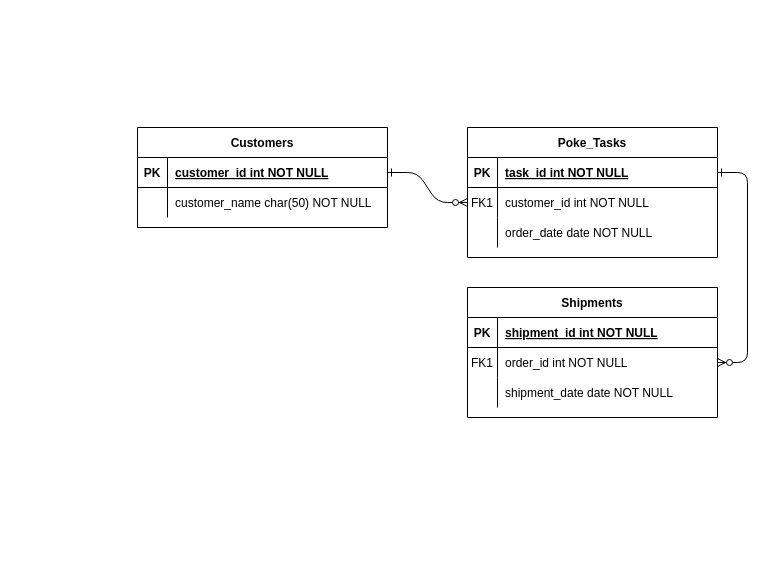
Earlier version of the draw.io diagram Adminstration/PokePlanner.drawio (ChrisQA-GB/To-Do-List-WebApplication). Source tidied: cells renumbered, new cells numbered last; positions are measured from the earlier drawing's top-left corner, leaving out a move shared by most shapes. Both pictures are drawn from the tidied source at 100%, with x=0, y=0 at pixel (137, 127).
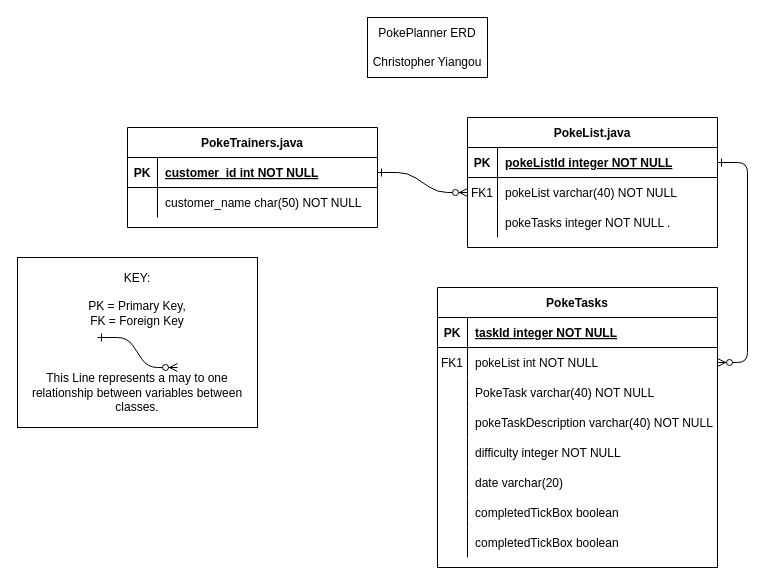
After the change.

Unchanged cells that the change refers to:
```xml
<mxCell id="5" style="shape=partialRectangle;fillColor=none;points=[[0,0.5],[1,0.5]];portConstraint=eastwest;top=0;left=0;right=0;bottom=1;" parent="4" vertex="1">
  <mxGeometry y="30" width="250" height="30" as="geometry" />
</mxCell>
<mxCell id="8" style="shape=partialRectangle;fillColor=none;points=[[0,0.5],[1,0.5]];portConstraint=eastwest;top=0;left=0;right=0;bottom=0;" parent="4" vertex="1">
  <mxGeometry y="60" width="250" height="30" as="geometry" />
</mxCell>
<mxCell id="11" style="shape=partialRectangle;fillColor=none;top=0;left=0;right=0;bottom=0;" parent="4" vertex="1">
  <mxGeometry y="90" width="250" height="30" as="geometry" />
</mxCell>
```

Diff of the diagram source:
```diff
@@
-    <mxCell id="4" value="Poke_Tasks" style="shape=table;startSize=30;childLayout=tableLayout;rowLines=0;fontStyle=1;align=center;" parent="1" vertex="1">
-      <mxGeometry x="330" width="250" height="130" as="geometry" />
+    <mxCell id="4" value="PokeList.java" style="shape=table;startSize=30;childLayout=tableLayout;rowLines=0;fontStyle=1;align=center;" parent="1" vertex="1">
+      <mxGeometry x="330" y="-10" width="250" height="130" as="geometry" />
     </mxCell>
@@
-    <mxCell id="7" value="task_id int NOT NULL " style="shape=partialRectangle;overflow=hidden;fillColor=none;top=0;left=0;bottom=0;right=0;align=left;spacingLeft=6;fontStyle=5;" parent="5" vertex="1">
+    <mxCell id="7" value="pokeListId integer NOT NULL " style="shape=partialRectangle;overflow=hidden;fillColor=none;top=0;left=0;bottom=0;right=0;align=left;spacingLeft=6;fontStyle=5;" parent="5" vertex="1">
       <mxGeometry x="30" width="220" height="30" as="geometry" />
     </mxCell>
@@
-    <mxCell id="10" value="customer_id int NOT NULL" style="shape=partialRectangle;overflow=hidden;fillColor=none;top=0;left=0;bottom=0;right=0;align=left;spacingLeft=6;" parent="8" vertex="1">
+    <mxCell id="10" value="pokeList varchar(40) NOT NULL" style="shape=partialRectangle;overflow=hidden;fillColor=none;top=0;left=0;bottom=0;right=0;align=left;spacingLeft=6;" parent="8" vertex="1">
       <mxGeometry x="30" width="220" height="30" as="geometry" />
     </mxCell>
@@
-    <mxCell id="13" value="order_date date NOT NULL" style="shape=partialRectangle;overflow=hidden;fillColor=none;top=0;left=0;bottom=0;right=0;align=left;spacingLeft=6;" parent="11" vertex="1">
+    <mxCell id="13" value="pokeTasks integer NOT NULL ." style="shape=partialRectangle;overflow=hidden;fillColor=none;top=0;left=0;bottom=0;right=0;align=left;spacingLeft=6;" parent="11" vertex="1">
       <mxGeometry x="30" width="220" height="30" as="geometry" />
     </mxCell>
-    <mxCell id="14" value="Shipments" style="shape=table;startSize=30;childLayout=tableLayout;rowLines=0;fontStyle=1;align=center;" parent="1" vertex="1">
-      <mxGeometry x="330" y="160" width="250" height="130" as="geometry" />
+    <mxCell id="14" value="PokeTasks" style="shape=table;startSize=30;childLayout=tableLayout;rowLines=0;fontStyle=1;align=center;" parent="1" vertex="1">
+      <mxGeometry x="300" y="160" width="280" height="280" as="geometry" />
     </mxCell>
     <mxCell id="15" style="shape=partialRectangle;fillColor=none;top=0;left=0;right=0;bottom=1;" parent="14" vertex="1">
-      <mxGeometry y="30" width="250" height="30" as="geometry" />
+      <mxGeometry y="30" width="280" height="30" as="geometry" />
     </mxCell>
@@
-    <mxCell id="17" value="shipment_id int NOT NULL " style="shape=partialRectangle;overflow=hidden;fillColor=none;top=0;left=0;bottom=0;right=0;align=left;spacingLeft=6;fontStyle=5;" parent="15" vertex="1">
-      <mxGeometry x="30" width="220" height="30" as="geometry" />
+    <mxCell id="17" value="taskId integer NOT NULL" style="shape=partialRectangle;overflow=hidden;fillColor=none;top=0;left=0;bottom=0;right=0;align=left;spacingLeft=6;fontStyle=5;" parent="15" vertex="1">
+      <mxGeometry x="30" width="250" height="30" as="geometry" />
     </mxCell>
     <mxCell id="18" style="shape=partialRectangle;fillColor=none;points=[[0,0.5],[1,0.5]];portConstraint=eastwest;top=0;left=0;right=0;bottom=0;" parent="14" vertex="1">
-      <mxGeometry y="60" width="250" height="30" as="geometry" />
+      <mxGeometry y="60" width="280" height="30" as="geometry" />
     </mxCell>
@@
-    <mxCell id="20" value="order_id int NOT NULL" style="shape=partialRectangle;overflow=hidden;fillColor=none;top=0;left=0;bottom=0;right=0;align=left;spacingLeft=6;" parent="18" vertex="1">
-      <mxGeometry x="30" width="220" height="30" as="geometry" />
+    <mxCell id="20" value="pokeList int NOT NULL" style="shape=partialRectangle;overflow=hidden;fillColor=none;top=0;left=0;bottom=0;right=0;align=left;spacingLeft=6;" parent="18" vertex="1">
+      <mxGeometry x="30" width="250" height="30" as="geometry" />
     </mxCell>
     <mxCell id="21" style="shape=partialRectangle;fillColor=none;top=0;left=0;right=0;bottom=0;" parent="14" vertex="1">
-      <mxGeometry y="90" width="250" height="30" as="geometry" />
+      <mxGeometry y="90" width="280" height="30" as="geometry" />
     </mxCell>
@@
-    <mxCell id="23" value="shipment_date date NOT NULL" style="shape=partialRectangle;overflow=hidden;fillColor=none;top=0;left=0;bottom=0;right=0;align=left;spacingLeft=6;" parent="21" vertex="1">
-      <mxGeometry x="30" width="220" height="30" as="geometry" />
+    <mxCell id="23" value="PokeTask varchar(40) NOT NULL" style="shape=partialRectangle;overflow=hidden;fillColor=none;top=0;left=0;bottom=0;right=0;align=left;spacingLeft=6;" parent="21" vertex="1">
+      <mxGeometry x="30" width="250" height="30" as="geometry" />
     </mxCell>
+    <mxCell id="31" style="shape=partialRectangle;fillColor=none;top=0;left=0;right=0;bottom=0;" parent="14" vertex="1">
+      <mxGeometry y="120" width="280" height="30" as="geometry" />
+    </mxCell>
+    <mxCell id="32" style="shape=partialRectangle;overflow=hidden;fillColor=none;top=0;left=0;bottom=0;right=0;" parent="31" vertex="1">
+      <mxGeometry width="30" height="30" as="geometry" />
+    </mxCell>
+    <mxCell id="33" value="pokeTaskDescription varchar(40) NOT NULL" style="shape=partialRectangle;overflow=hidden;fillColor=none;top=0;left=0;bottom=0;right=0;align=left;spacingLeft=6;" parent="31" vertex="1">
+      <mxGeometry x="30" width="250" height="30" as="geometry" />
+    </mxCell>
+    <mxCell id="34" style="shape=partialRectangle;fillColor=none;top=0;left=0;right=0;bottom=0;" parent="14" vertex="1">
+      <mxGeometry y="150" width="280" height="30" as="geometry" />
+    </mxCell>
+    <mxCell id="35" style="shape=partialRectangle;overflow=hidden;fillColor=none;top=0;left=0;bottom=0;right=0;" parent="34" vertex="1">
+      <mxGeometry width="30" height="30" as="geometry" />
+    </mxCell>
+    <mxCell id="36" value="difficulty integer NOT NULL" style="shape=partialRectangle;overflow=hidden;fillColor=none;top=0;left=0;bottom=0;right=0;align=left;spacingLeft=6;" parent="34" vertex="1">
+      <mxGeometry x="30" width="250" height="30" as="geometry" />
+    </mxCell>
+    <mxCell id="37" style="shape=partialRectangle;fillColor=none;top=0;left=0;right=0;bottom=0;" parent="14" vertex="1">
+      <mxGeometry y="180" width="280" height="30" as="geometry" />
+    </mxCell>
+    <mxCell id="38" style="shape=partialRectangle;overflow=hidden;fillColor=none;top=0;left=0;bottom=0;right=0;" parent="37" vertex="1">
+      <mxGeometry width="30" height="30" as="geometry" />
+    </mxCell>
+    <mxCell id="39" value="date varchar(20) " style="shape=partialRectangle;overflow=hidden;fillColor=none;top=0;left=0;bottom=0;right=0;align=left;spacingLeft=6;" parent="37" vertex="1">
+      <mxGeometry x="30" width="250" height="30" as="geometry" />
+    </mxCell>
+    <mxCell id="40" style="shape=partialRectangle;fillColor=none;top=0;left=0;right=0;bottom=0;" parent="14" vertex="1">
+      <mxGeometry y="210" width="280" height="30" as="geometry" />
+    </mxCell>
+    <mxCell id="41" style="shape=partialRectangle;overflow=hidden;fillColor=none;top=0;left=0;bottom=0;right=0;" parent="40" vertex="1">
+      <mxGeometry width="30" height="30" as="geometry" />
+    </mxCell>
+    <mxCell id="42" value="completedTickBox boolean" style="shape=partialRectangle;overflow=hidden;fillColor=none;top=0;left=0;bottom=0;right=0;align=left;spacingLeft=6;" parent="40" vertex="1">
+      <mxGeometry x="30" width="250" height="30" as="geometry" />
+    </mxCell>
+    <mxCell id="43" style="shape=partialRectangle;fillColor=none;top=0;left=0;right=0;bottom=0;" parent="14" vertex="1">
+      <mxGeometry y="240" width="280" height="30" as="geometry" />
+    </mxCell>
+    <mxCell id="44" style="shape=partialRectangle;overflow=hidden;fillColor=none;top=0;left=0;bottom=0;right=0;" parent="43" vertex="1">
+      <mxGeometry width="30" height="30" as="geometry" />
+    </mxCell>
+    <mxCell id="45" value="completedTickBox boolean" style="shape=partialRectangle;overflow=hidden;fillColor=none;top=0;left=0;bottom=0;right=0;align=left;spacingLeft=6;" parent="43" vertex="1">
+      <mxGeometry x="30" width="250" height="30" as="geometry" />
+    </mxCell>
-    <mxCell id="24" value="Customers" style="shape=table;startSize=30;childLayout=tableLayout;rowLines=0;fontStyle=1;align=center;" parent="1" vertex="1">
-      <mxGeometry width="250" height="100" as="geometry" />
+    <mxCell id="24" value="PokeTrainers.java" style="shape=table;startSize=30;childLayout=tableLayout;rowLines=0;fontStyle=1;align=center;" parent="1" vertex="1">
+      <mxGeometry x="-10" width="250" height="100" as="geometry" />
     </mxCell>
@@
+    <mxCell id="46" value="PokePlanner ERD&lt;br&gt;&lt;br&gt;Christopher Yiangou" style="rounded=0;whiteSpace=wrap;html=1;" parent="1" vertex="1">
+      <mxGeometry x="230" y="-110" width="120" height="60" as="geometry" />
+    </mxCell>
+    <mxCell id="47" value="KEY:&lt;br&gt;&lt;br&gt;PK = Primary Key,&lt;br&gt;FK = Foreign Key&lt;br&gt;&lt;br&gt;&lt;br&gt;&lt;br&gt;This Line represents a may to one relationship between variables between classes." style="rounded=0;whiteSpace=wrap;html=1;" parent="1" vertex="1">
+      <mxGeometry x="-120" y="130" width="240" height="170" as="geometry" />
+    </mxCell>
+    <mxCell id="48" style="edgeStyle=entityRelationEdgeStyle;endArrow=ERzeroToMany;startArrow=ERone;endFill=1;startFill=0;" parent="1" edge="1">
+      <mxGeometry relative="1" as="geometry">
+        <mxPoint x="-40" y="210" as="sourcePoint" />
+        <mxPoint x="40" y="240" as="targetPoint" />
+      </mxGeometry>
+    </mxCell>
```
